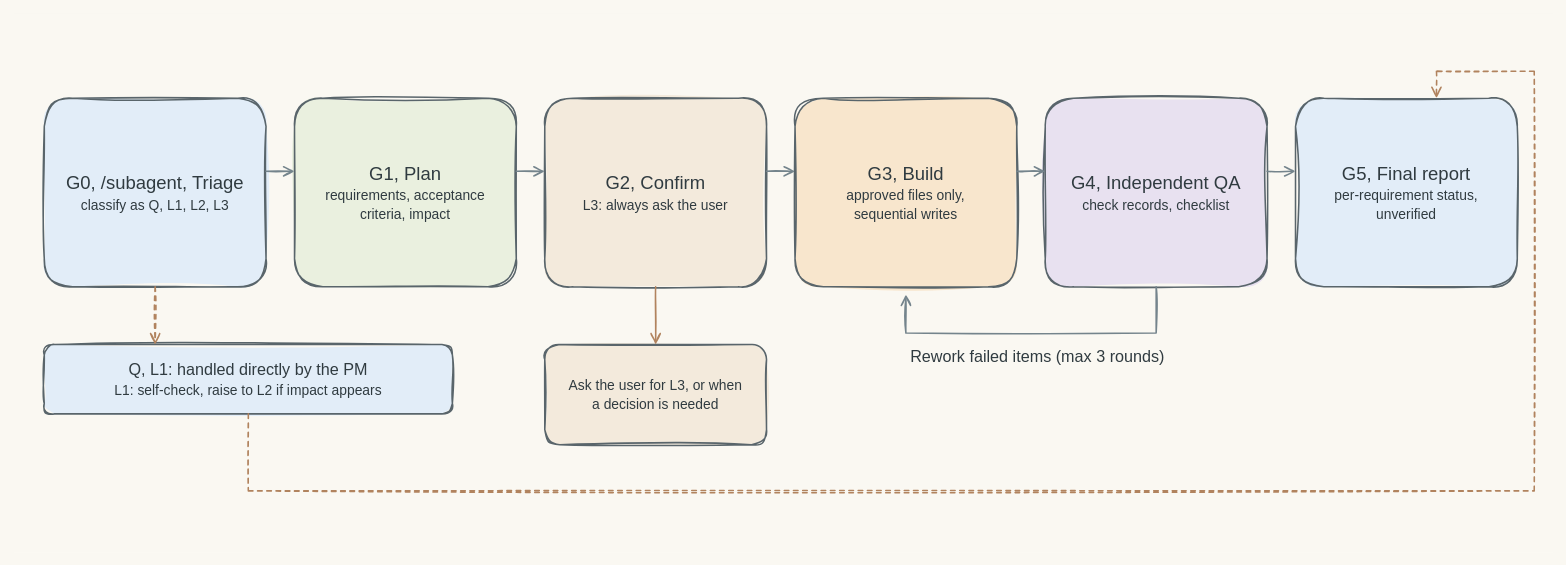
The draw.io diagram docs/assets/drawio/task-workflow.en.drawio in jbeat30/claude-subagent-workflow, before the edit. Source tidied: cells renumbered, new cells numbered last; positions are measured from the earlier drawing's top-left corner, leaving out a move shared by most shapes. Both pictures are drawn from the tidied source at 77%, with x=0, y=0 at pixel (13, 13).
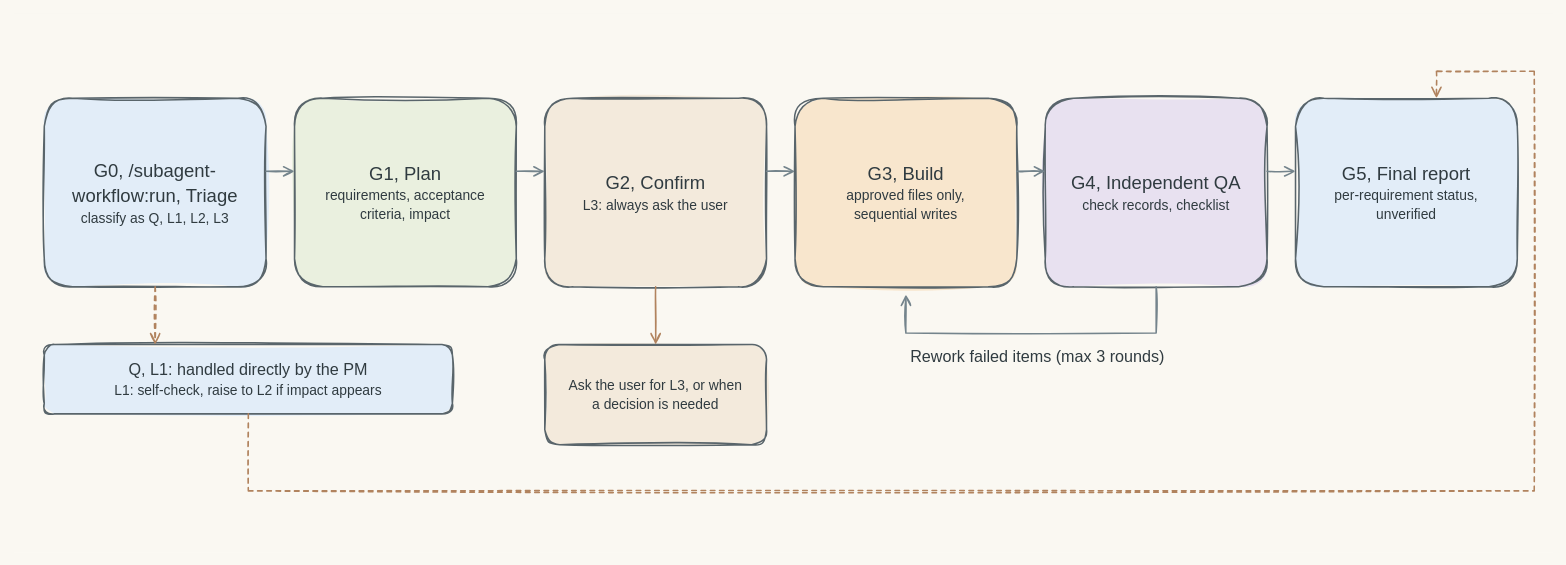
The same diagram, later.

What changed in the source:
```diff
@@
-    <mxCell id="3" value="&lt;div style=&quot;font-size:24.0px;font-weight:normal;line-height:1.35;color:#303B40;&quot;&gt;G0, /subagent, Triage&lt;/div&gt;&lt;div style=&quot;font-size:18.0px;font-weight:normal;line-height:1.35;color:#303B40;&quot;&gt;classify as Q, L1, L2, L3&lt;/div&gt;" style="whiteSpace=wrap;html=1;align=center;verticalAlign=middle;fontFamily=Malgun Gothic;fontColor=#303B40;fillColor=#e2edf8;spacing=12;rounded=1;sketch=1;jiggle=2;strokeWidth=2;strokeColor=#59656b;fillOpacity=100;opacity=100;fillStyle=solid;gradientColor=none;glass=0;fontStyle=0;" parent="1" vertex="1">
+    <mxCell id="3" value="&lt;div style=&quot;font-size:24.0px;font-weight:normal;line-height:1.35;color:#303B40;&quot;&gt;G0, /subagent-workflow:run, Triage&lt;/div&gt;&lt;div style=&quot;font-size:18.0px;font-weight:normal;line-height:1.35;color:#303B40;&quot;&gt;classify as Q, L1, L2, L3&lt;/div&gt;" style="whiteSpace=wrap;html=1;align=center;verticalAlign=middle;fontFamily=Malgun Gothic;fontColor=#303B40;fillColor=#e2edf8;spacing=12;rounded=1;sketch=1;jiggle=2;strokeWidth=2;strokeColor=#59656b;fillOpacity=100;opacity=100;fillStyle=solid;gradientColor=none;glass=0;fontStyle=0;" parent="1" vertex="1">
       <mxGeometry x="40" y="110" width="288" height="245" as="geometry" />
     </mxCell>
```
